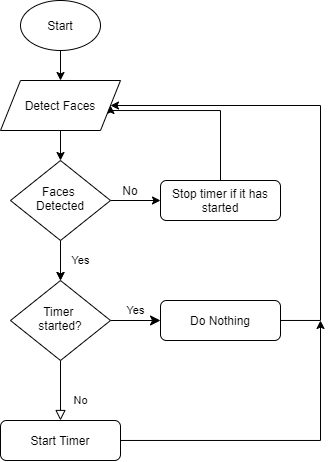
Earlier version of the draw.io export logic.png (AI-Yash/screen-time-cv). Source tidied: cells renumbered, new cells last; positions are measured from the earlier drawing's top-left corner, leaving out a move shared by most shapes. Source of this version:
```xml
<mxGraphModel>
  <root>
    <mxCell id="0" />
    <mxCell id="1" parent="0" />
    <mxCell id="2" value="Yes" style="html=1;jettySize=auto;fontSize=11;endArrow=classic;endFill=1;strokeWidth=1;shadow=0;labelBackgroundColor=none;edgeStyle=orthogonalEdgeStyle;rounded=0;" parent="1" edge="1" source="5" target="10">
      <mxGeometry y="20" relative="1" as="geometry" />
    </mxCell>
    <mxCell id="3" style="edgeStyle=orthogonalEdgeStyle;rounded=0;jettySize=auto;html=1;" parent="1" edge="1" source="5" target="7">
      <mxGeometry relative="1" as="geometry" />
    </mxCell>
    <mxCell id="4" style="edgeStyle=orthogonalEdgeStyle;rounded=0;jettySize=auto;html=1;endArrow=classic;endFill=1;" parent="1" edge="1" source="5" target="10">
      <mxGeometry relative="1" as="geometry" />
    </mxCell>
    <mxCell id="5" value="Faces &lt;br&gt;Detected" style="rhombus;whiteSpace=wrap;html=1;shadow=0;fontFamily=Helvetica;fontSize=12;align=center;strokeWidth=1;spacing=6;spacingTop=-4;" parent="1" vertex="1">
      <mxGeometry x="10" y="160" width="100" height="80" as="geometry" />
    </mxCell>
    <mxCell id="6" style="edgeStyle=orthogonalEdgeStyle;rounded=0;jettySize=auto;html=1;exitX=0.5;exitY=0;exitDx=0;exitDy=0;entryX=1;entryY=0.5;entryDx=0;entryDy=0;" parent="1" edge="1" source="7" target="18">
      <mxGeometry relative="1" as="geometry">
        <Array as="points">
          <mxPoint x="220" y="110" />
          <mxPoint x="110" y="110" />
        </Array>
      </mxGeometry>
    </mxCell>
    <mxCell id="7" value="Stop timer if it has started" style="rounded=1;whiteSpace=wrap;html=1;fontSize=12;glass=0;strokeWidth=1;shadow=0;" parent="1" vertex="1">
      <mxGeometry x="160" y="180" width="120" height="40" as="geometry" />
    </mxCell>
    <mxCell id="8" value="No" style="rounded=0;html=1;jettySize=auto;fontSize=11;endArrow=block;endFill=0;endSize=8;strokeWidth=1;shadow=0;labelBackgroundColor=none;edgeStyle=orthogonalEdgeStyle;" parent="1" edge="1" source="10" target="12">
      <mxGeometry x="0.33" y="20" relative="1" as="geometry" />
    </mxCell>
    <mxCell id="9" value="Yes" style="edgeStyle=orthogonalEdgeStyle;rounded=0;html=1;jettySize=auto;fontSize=11;endArrow=classic;endFill=1;endSize=8;strokeWidth=1;shadow=0;labelBackgroundColor=none;" parent="1" edge="1" source="10" target="14">
      <mxGeometry y="10" relative="1" as="geometry" />
    </mxCell>
    <mxCell id="10" value="Timer &lt;br&gt;started?" style="rhombus;whiteSpace=wrap;html=1;shadow=0;fontFamily=Helvetica;fontSize=12;align=center;strokeWidth=1;spacing=6;spacingTop=-4;" parent="1" vertex="1">
      <mxGeometry x="10" y="280" width="100" height="80" as="geometry" />
    </mxCell>
    <mxCell id="11" style="edgeStyle=orthogonalEdgeStyle;rounded=0;jettySize=auto;html=1;endArrow=classic;endFill=1;" parent="1" edge="1" source="12">
      <mxGeometry relative="1" as="geometry">
        <mxPoint x="320" y="320" as="targetPoint" />
      </mxGeometry>
    </mxCell>
    <mxCell id="12" value="Start Timer" style="rounded=1;whiteSpace=wrap;html=1;fontSize=12;glass=0;strokeWidth=1;shadow=0;" parent="1" vertex="1">
      <mxGeometry y="420" width="120" height="40" as="geometry" />
    </mxCell>
    <mxCell id="13" style="edgeStyle=orthogonalEdgeStyle;rounded=0;jettySize=auto;html=1;entryX=1;entryY=0.5;entryDx=0;entryDy=0;endArrow=classic;endFill=1;" parent="1" edge="1" source="14" target="18">
      <mxGeometry relative="1" as="geometry">
        <Array as="points">
          <mxPoint x="320" y="320" />
          <mxPoint x="320" y="105" />
        </Array>
      </mxGeometry>
    </mxCell>
    <mxCell id="14" value="Do Nothing" style="rounded=1;whiteSpace=wrap;html=1;fontSize=12;glass=0;strokeWidth=1;shadow=0;" parent="1" vertex="1">
      <mxGeometry x="160" y="300" width="120" height="40" as="geometry" />
    </mxCell>
    <mxCell id="15" style="edgeStyle=orthogonalEdgeStyle;rounded=0;jettySize=auto;html=1;" parent="1" edge="1" source="16">
      <mxGeometry relative="1" as="geometry">
        <mxPoint x="60" y="80" as="targetPoint" />
      </mxGeometry>
    </mxCell>
    <mxCell id="16" value="Start" style="ellipse;whiteSpace=wrap;html=1;" parent="1" vertex="1">
      <mxGeometry x="20" width="80" height="50" as="geometry" />
    </mxCell>
    <mxCell id="17" style="edgeStyle=orthogonalEdgeStyle;rounded=0;jettySize=auto;html=1;" parent="1" edge="1" source="18" target="5">
      <mxGeometry relative="1" as="geometry" />
    </mxCell>
    <mxCell id="18" value="Detect Faces" style="shape=parallelogram;perimeter=parallelogramPerimeter;whiteSpace=wrap;html=1;fixedSize=1;" parent="1" vertex="1">
      <mxGeometry y="80" width="120" height="50" as="geometry" />
    </mxCell>
    <mxCell id="19" value="No" style="text;html=1;strokeColor=none;fillColor=none;align=center;verticalAlign=middle;whiteSpace=wrap;rounded=0;" parent="1" vertex="1">
      <mxGeometry x="110" y="180" width="40" height="20" as="geometry" />
    </mxCell>
  </root>
</mxGraphModel>
```
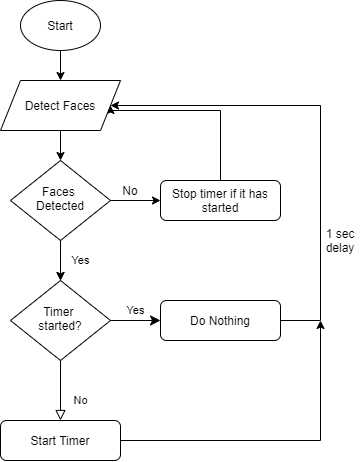
The same diagram one commit later.

Change to the diagram source:
```diff
@@ -70,5 +70,8 @@
     <mxCell id="19" value="No" style="text;html=1;strokeColor=none;fillColor=none;align=center;verticalAlign=middle;whiteSpace=wrap;rounded=0;" parent="1" vertex="1">
       <mxGeometry x="110" y="180" width="40" height="20" as="geometry" />
     </mxCell>
+    <mxCell id="20" value="1&amp;nbsp;sec delay" style="text;html=1;strokeColor=none;fillColor=none;align=center;verticalAlign=middle;whiteSpace=wrap;rounded=0;" parent="1" vertex="1">
+      <mxGeometry x="320" y="230" width="40" height="20" as="geometry" />
+    </mxCell>
   </root>
 </mxGraphModel>
```
